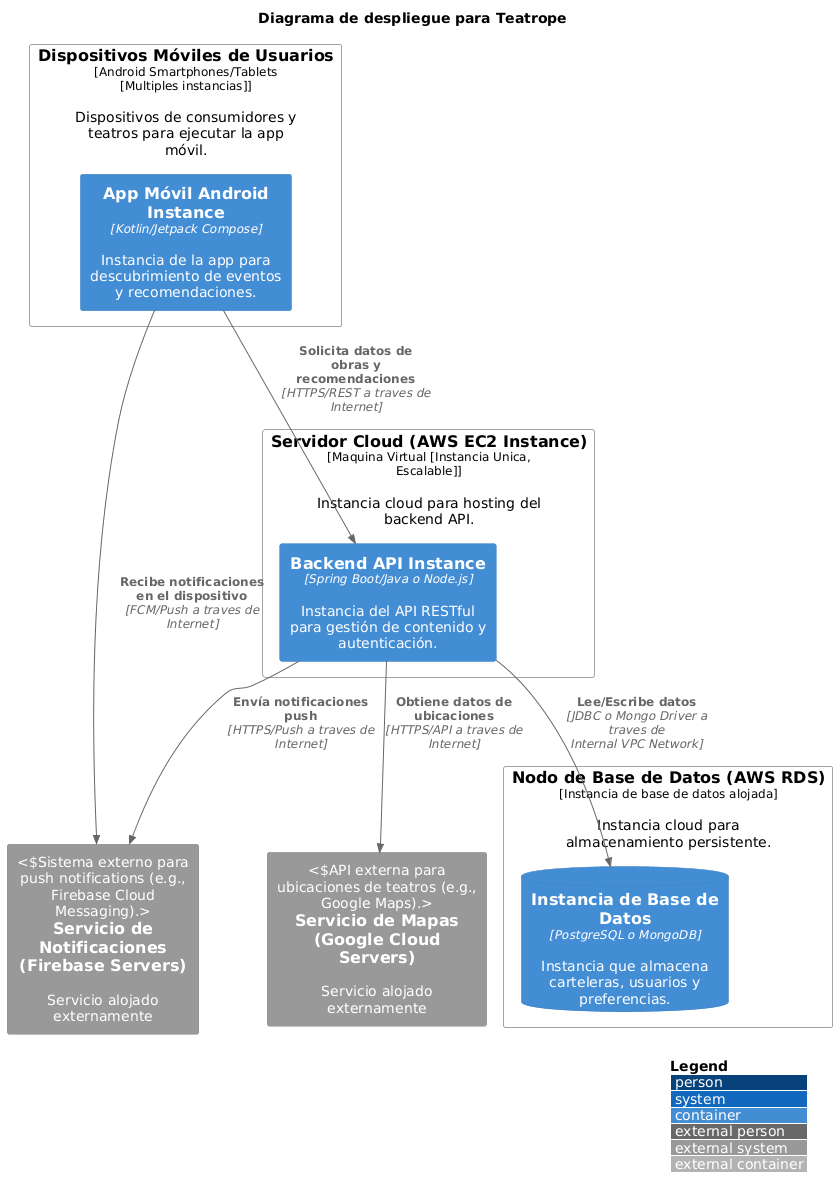
teatrope/Project-Report keeps this PlantUML diagram as resources/c4/deployment_diagram.png. Above is the earlier version.
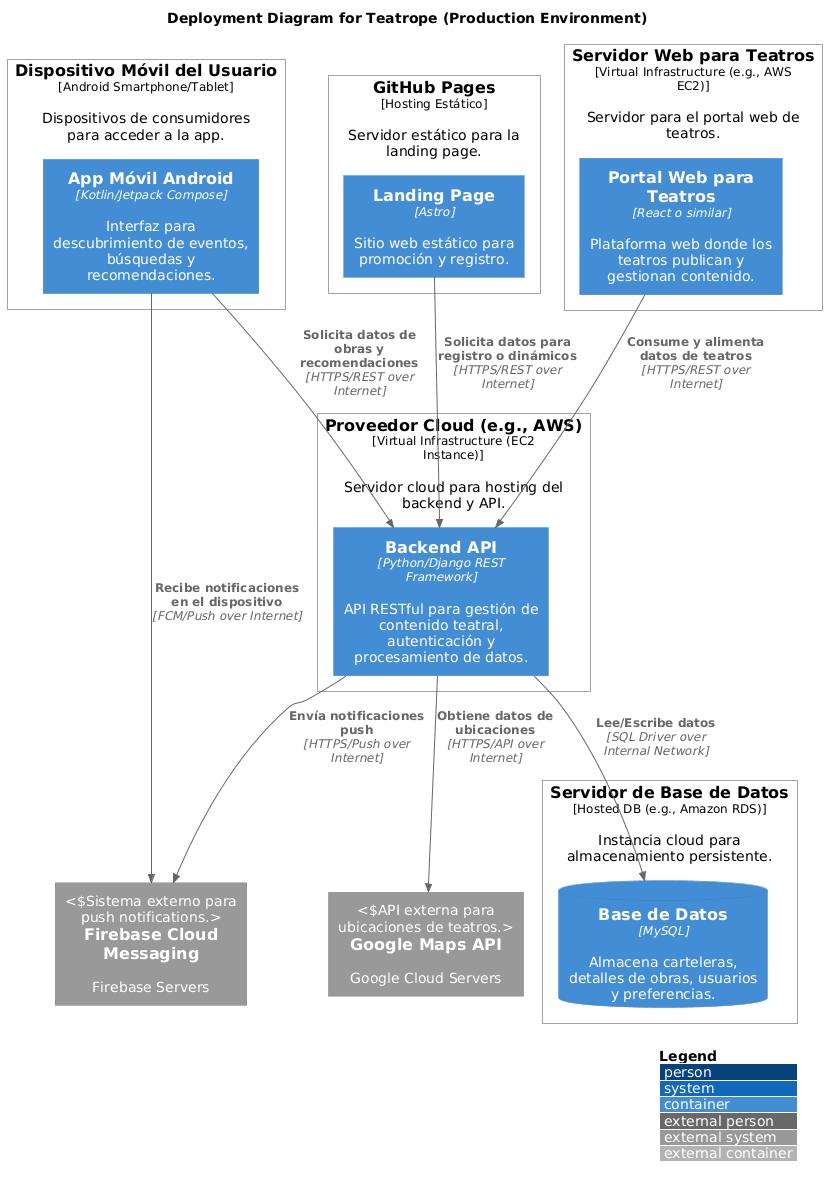
Later version of the same file.

Commit message:
docs: Update 2.5.3 Software Architecture c4 container and deployment diagrams

Change to the diagram source:
```diff
@@ -1,28 +1,38 @@
 @startuml
 !include https://raw.githubusercontent.com/plantuml-stdlib/C4-PlantUML/master/C4_Deployment.puml
 
-title Diagrama de despliegue para Teatrope
+title Deployment Diagram for Teatrope (Production Environment)
 
-Deployment_Node(MobileDevices, "Dispositivos Móviles de Usuarios", "Android Smartphones/Tablets [Multiples instancias]", "Dispositivos de consumidores y teatros para ejecutar la app móvil.") {
-    Container(MobileAppInstance, "App Móvil Android Instance", "Kotlin/Jetpack Compose", "Instancia de la app para descubrimiento de eventos y recomendaciones.")
+Deployment_Node(MobileDevice, "Dispositivo Móvil del Usuario", "Android Smartphone/Tablet", "Dispositivos de consumidores para acceder a la app.") {
+    Container(MobileAppInstance, "App Móvil Android", "Kotlin/Jetpack Compose", "Interfaz para descubrimiento de eventos, búsquedas y recomendaciones.")
 }
 
-Deployment_Node(CloudServer, "Servidor Cloud (AWS EC2 Instance)", "Maquina Virtual [Instancia Unica, Escalable]", "Instancia cloud para hosting del backend API.") {
-    Container(BackendAPIInstance, "Backend API Instance", "Spring Boot/Java o Node.js", "Instancia del API RESTful para gestión de contenido y autenticación.")
+Deployment_Node(GitHubPages, "GitHub Pages", "Hosting Estático", "Servidor estático para la landing page.") {
+    Container(LandingPageInstance, "Landing Page", "Astro", "Sitio web estático para promoción y registro.")
 }
 
-Deployment_Node(DatabaseNode, "Nodo de Base de Datos (AWS RDS)", "Instancia de base de datos alojada", "Instancia cloud para almacenamiento persistente.") {
-    ContainerDb(DatabaseInstance, "Instancia de Base de Datos", "PostgreSQL o MongoDB", "Instancia que almacena carteleras, usuarios y preferencias.")
+Deployment_Node(CloudProvider, "Proveedor Cloud (e.g., AWS)", "Virtual Infrastructure (EC2 Instance)", "Servidor cloud para hosting del backend y API.") {
+    Container(BackendAPIInstance, "Backend API", "Python/Django REST Framework", "API RESTful para gestión de contenido teatral, autenticación y procesamiento de datos.")
 }
 
-System_Ext(MapsAPINode, "Servicio de Mapas (Google Cloud Servers)", "Servicio alojado externamente", "API externa para ubicaciones de teatros (e.g., Google Maps).")
-System_Ext(NotificationNode, "Servicio de Notificaciones (Firebase Servers)", "Servicio alojado externamente", "Sistema externo para push notifications (e.g., Firebase Cloud Messaging).")
+Deployment_Node(DatabaseServer, "Servidor de Base de Datos", "Hosted DB (e.g., Amazon RDS)", "Instancia cloud para almacenamiento persistente.") {
+    ContainerDb(DatabaseInstance, "Base de Datos", "MySQL", "Almacena carteleras, detalles de obras, usuarios y preferencias.")
+}
 
-Rel(MobileAppInstance, BackendAPIInstance, "Solicita datos de obras y recomendaciones", "HTTPS/REST a traves de Internet")
-Rel(BackendAPIInstance, DatabaseInstance, "Lee/Escribe datos", "JDBC o Mongo Driver a traves de Internal VPC Network")
-Rel(BackendAPIInstance, MapsAPINode, "Obtiene datos de ubicaciones", "HTTPS/API a traves de Internet")
-Rel(BackendAPIInstance, NotificationNode, "Envía notificaciones push", "HTTPS/Push a traves de Internet")
-Rel(MobileAppInstance, NotificationNode, "Recibe notificaciones en el dispositivo", "FCM/Push a traves de Internet")
+Deployment_Node(WebServer, "Servidor Web para Teatros", "Virtual Infrastructure (e.g., AWS EC2)", "Servidor para el portal web de teatros.") {
+    Container(WebPortalInstance, "Portal Web para Teatros", "React o similar", "Plataforma web donde los teatros publican y gestionan contenido.")
+}
+
+System_Ext(GoogleMapsAPI, "Google Maps API", "Google Cloud Servers", "API externa para ubicaciones de teatros.")
+System_Ext(Firebase, "Firebase Cloud Messaging", "Firebase Servers", "Sistema externo para push notifications.")
+
+Rel(MobileAppInstance, BackendAPIInstance, "Solicita datos de obras y recomendaciones", "HTTPS/REST over Internet")
+Rel(WebPortalInstance, BackendAPIInstance, "Consume y alimenta datos de teatros", "HTTPS/REST over Internet")
+Rel(BackendAPIInstance, DatabaseInstance, "Lee/Escribe datos", "SQL Driver over Internal Network")
+Rel(BackendAPIInstance, GoogleMapsAPI, "Obtiene datos de ubicaciones", "HTTPS/API over Internet")
+Rel(BackendAPIInstance, Firebase, "Envía notificaciones push", "HTTPS/Push over Internet")
+Rel(MobileAppInstance, Firebase, "Recibe notificaciones en el dispositivo", "FCM/Push over Internet")
+Rel(LandingPageInstance, BackendAPIInstance, "Solicita datos para registro o dinámicos", "HTTPS/REST over Internet")
 
 LAYOUT_WITH_LEGEND()
 LAYOUT_TOP_DOWN()
```
